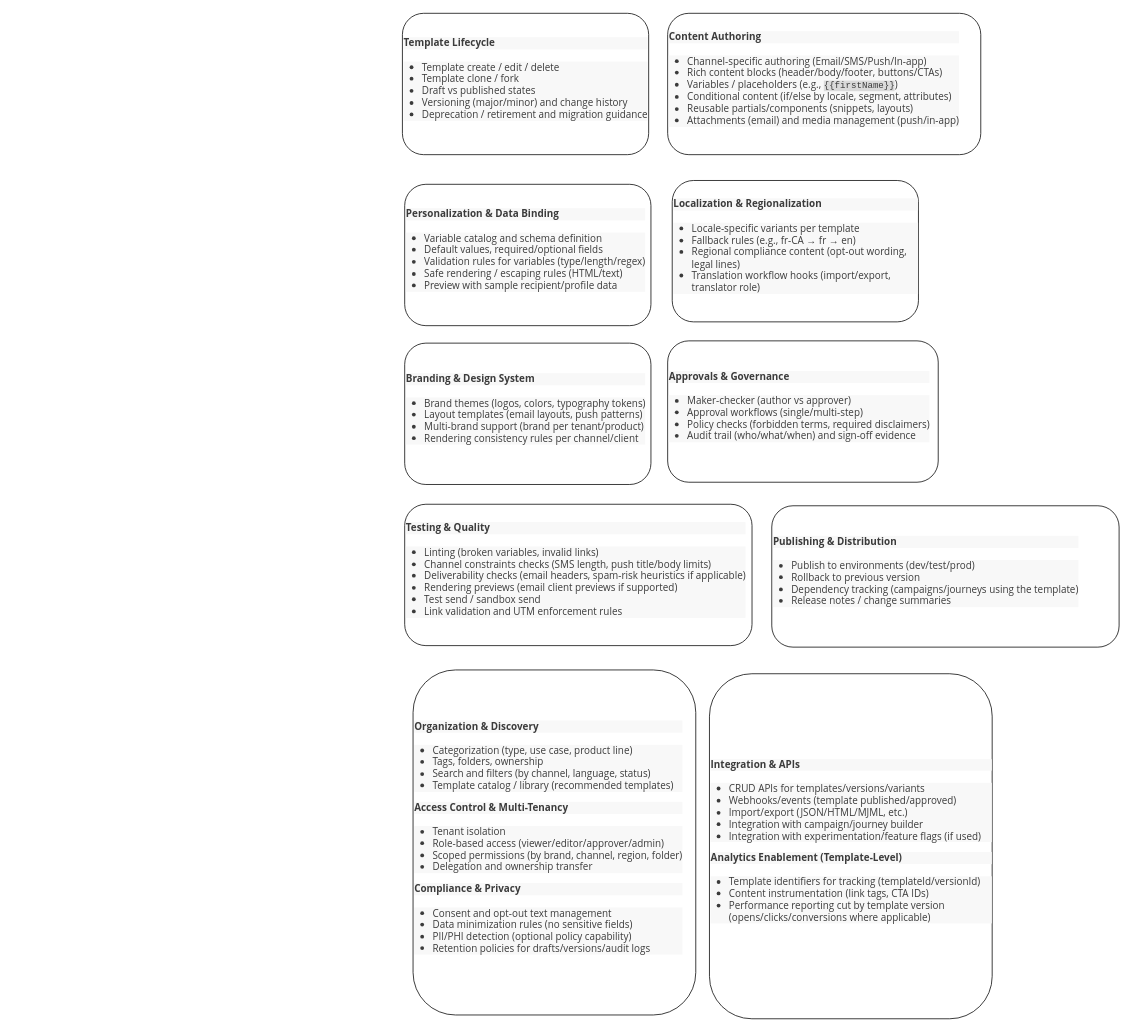
OpenDigital-AI/Messaging-system keeps this draw.io diagram as BizCapability.drawio. Above is the earlier version. Source tidied: cells renumbered, new cells numbered last; positions are measured from the earlier drawing's top-left corner, leaving out a move shared by most shapes. Both pictures are drawn from the tidied source at 76%, with x=0, y=0 at pixel (402, 13).
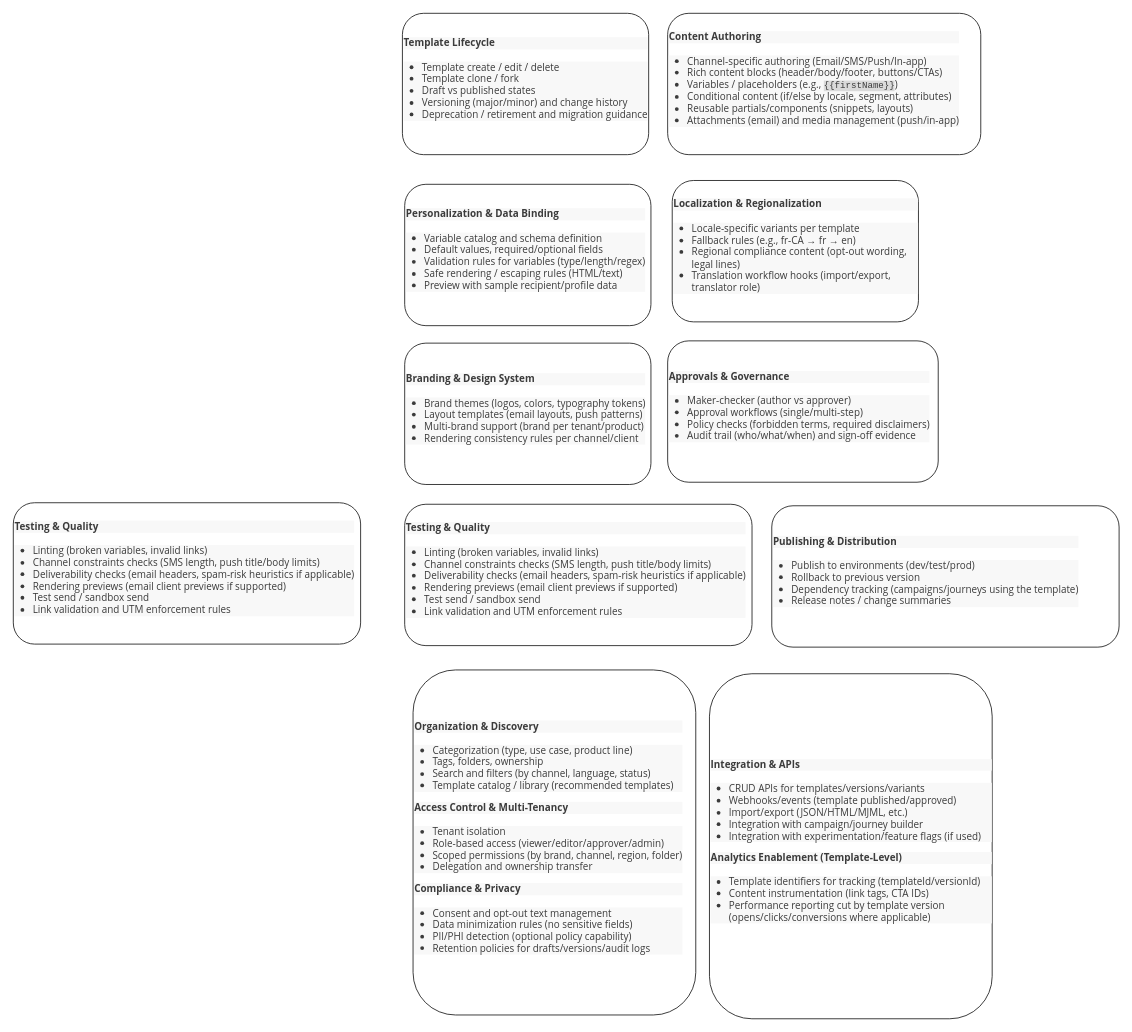
The same diagram, later.

The edit, as a diff of the source:
```diff
@@
 <mxGraphModel>
   <root>
     <mxCell id="0" />
     <mxCell id="1" parent="0" />
     <mxCell id="2" value="&lt;p style=&quot;margin: 0px 0px 16px; color: rgb(59, 59, 59); font-family: &amp;quot;Segoe WPC&amp;quot;, &amp;quot;Segoe UI&amp;quot;, sans-serif; font-size: 13px; background-color: rgb(248, 248, 248);&quot;&gt;&lt;strong&gt;Personalization &amp;amp; Data Binding&lt;/strong&gt;&lt;/p&gt;&lt;ul style=&quot;padding-inline-start: 24px; color: rgb(59, 59, 59); font-family: &amp;quot;Segoe WPC&amp;quot;, &amp;quot;Segoe UI&amp;quot;, sans-serif; font-size: 13px; background-color: rgb(248, 248, 248);&quot;&gt;&lt;li&gt;Variable catalog and schema definition&lt;/li&gt;&lt;li&gt;Default values, required/optional fields&lt;/li&gt;&lt;li&gt;Validation rules for variables (type/length/regex)&lt;/li&gt;&lt;li&gt;Safe rendering / escaping rules (HTML/text)&lt;/li&gt;&lt;li&gt;Preview with sample recipient/profile data&lt;/li&gt;&lt;/ul&gt;" style="rounded=1;whiteSpace=wrap;html=1;align=left;" parent="1" vertex="1">
       <mxGeometry x="3" y="225" width="324" height="186" as="geometry" />
     </mxCell>
     <mxCell id="3" value="&lt;p style=&quot;margin: 0px 0px 16px; color: rgb(59, 59, 59); font-family: &amp;quot;Segoe WPC&amp;quot;, &amp;quot;Segoe UI&amp;quot;, sans-serif; font-size: 13px; background-color: rgb(248, 248, 248);&quot;&gt;&lt;strong&gt;Localization &amp;amp; Regionalization&lt;/strong&gt;&lt;/p&gt;&lt;ul style=&quot;padding-inline-start: 24px; color: rgb(59, 59, 59); font-family: &amp;quot;Segoe WPC&amp;quot;, &amp;quot;Segoe UI&amp;quot;, sans-serif; font-size: 13px; background-color: rgb(248, 248, 248);&quot;&gt;&lt;li&gt;Locale-specific variants per template&lt;/li&gt;&lt;li&gt;Fallback rules (e.g., fr-CA → fr → en)&lt;/li&gt;&lt;li&gt;Regional compliance content (opt-out wording, legal lines)&lt;/li&gt;&lt;li&gt;Translation workflow hooks (import/export, translator role)&lt;/li&gt;&lt;/ul&gt;" style="rounded=1;whiteSpace=wrap;html=1;align=left;" parent="1" vertex="1">
       <mxGeometry x="355" y="220" width="324" height="186" as="geometry" />
     </mxCell>
     <mxCell id="4" value="&lt;p style=&quot;margin: 0px 0px 16px; color: rgb(59, 59, 59); font-family: &amp;quot;Segoe WPC&amp;quot;, &amp;quot;Segoe UI&amp;quot;, sans-serif; font-size: 13px; background-color: rgb(248, 248, 248);&quot;&gt;&lt;strong&gt;Branding &amp;amp; Design System&lt;/strong&gt;&lt;/p&gt;&lt;ul style=&quot;padding-inline-start: 24px; color: rgb(59, 59, 59); font-family: &amp;quot;Segoe WPC&amp;quot;, &amp;quot;Segoe UI&amp;quot;, sans-serif; font-size: 13px; background-color: rgb(248, 248, 248);&quot;&gt;&lt;li&gt;Brand themes (logos, colors, typography tokens)&lt;/li&gt;&lt;li&gt;Layout templates (email layouts, push patterns)&lt;/li&gt;&lt;li&gt;Multi-brand support (brand per tenant/product)&lt;/li&gt;&lt;li&gt;Rendering consistency rules per channel/client&lt;/li&gt;&lt;/ul&gt;" style="rounded=1;whiteSpace=wrap;html=1;align=left;" parent="1" vertex="1">
       <mxGeometry x="3" y="434" width="324" height="186" as="geometry" />
     </mxCell>
     <mxCell id="5" value="&lt;p style=&quot;margin: 0px 0px 16px; color: rgb(59, 59, 59); font-family: &amp;quot;Segoe WPC&amp;quot;, &amp;quot;Segoe UI&amp;quot;, sans-serif; font-size: 13px; background-color: rgb(248, 248, 248);&quot;&gt;&lt;strong&gt;Approvals &amp;amp; Governance&lt;/strong&gt;&lt;/p&gt;&lt;ul style=&quot;padding-inline-start: 24px; color: rgb(59, 59, 59); font-family: &amp;quot;Segoe WPC&amp;quot;, &amp;quot;Segoe UI&amp;quot;, sans-serif; font-size: 13px; background-color: rgb(248, 248, 248);&quot;&gt;&lt;li&gt;Maker-checker (author vs approver)&lt;/li&gt;&lt;li&gt;Approval workflows (single/multi-step)&lt;/li&gt;&lt;li&gt;Policy checks (forbidden terms, required disclaimers)&lt;/li&gt;&lt;li&gt;Audit trail (who/what/when) and sign-off evidence&lt;/li&gt;&lt;/ul&gt;" style="rounded=1;whiteSpace=wrap;html=1;align=left;" parent="1" vertex="1">
       <mxGeometry x="349" y="431" width="356" height="186" as="geometry" />
     </mxCell>
     <mxCell id="6" value="&lt;p style=&quot;margin: 0px 0px 16px; color: rgb(59, 59, 59); font-family: &amp;quot;Segoe WPC&amp;quot;, &amp;quot;Segoe UI&amp;quot;, sans-serif; font-size: 13px; background-color: rgb(248, 248, 248);&quot;&gt;&lt;strong&gt;Testing &amp;amp; Quality&lt;/strong&gt;&lt;/p&gt;&lt;ul style=&quot;padding-inline-start: 24px; color: rgb(59, 59, 59); font-family: &amp;quot;Segoe WPC&amp;quot;, &amp;quot;Segoe UI&amp;quot;, sans-serif; font-size: 13px; background-color: rgb(248, 248, 248);&quot;&gt;&lt;li&gt;Linting (broken variables, invalid links)&lt;/li&gt;&lt;li&gt;Channel constraints checks (SMS length, push title/body limits)&lt;/li&gt;&lt;li&gt;Deliverability checks (email headers, spam-risk heuristics if applicable)&lt;/li&gt;&lt;li&gt;Rendering previews (email client previews if supported)&lt;/li&gt;&lt;li&gt;Test send / sandbox send&lt;/li&gt;&lt;li&gt;Link validation and UTM enforcement rules&lt;/li&gt;&lt;/ul&gt;" style="rounded=1;whiteSpace=wrap;html=1;align=left;" parent="1" vertex="1">
       <mxGeometry x="3" y="646" width="457" height="186" as="geometry" />
     </mxCell>
     <mxCell id="7" value="&lt;p style=&quot;margin: 0px 0px 16px; color: rgb(59, 59, 59); font-family: &amp;quot;Segoe WPC&amp;quot;, &amp;quot;Segoe UI&amp;quot;, sans-serif; font-size: 13px; background-color: rgb(248, 248, 248);&quot;&gt;&lt;strong&gt;Publishing &amp;amp; Distribution&lt;/strong&gt;&lt;/p&gt;&lt;ul style=&quot;padding-inline-start: 24px; color: rgb(59, 59, 59); font-family: &amp;quot;Segoe WPC&amp;quot;, &amp;quot;Segoe UI&amp;quot;, sans-serif; font-size: 13px; background-color: rgb(248, 248, 248);&quot;&gt;&lt;li&gt;Publish to environments (dev/test/prod)&lt;/li&gt;&lt;li&gt;Rollback to previous version&lt;/li&gt;&lt;li&gt;Dependency tracking (campaigns/journeys using the template)&lt;/li&gt;&lt;li&gt;Release notes / change summaries&lt;/li&gt;&lt;/ul&gt;" style="rounded=1;whiteSpace=wrap;html=1;align=left;" parent="1" vertex="1">
       <mxGeometry x="486" y="648" width="457" height="186" as="geometry" />
     </mxCell>
     <mxCell id="8" value="&lt;p style=&quot;margin: 0px 0px 16px; color: rgb(59, 59, 59); font-family: &amp;quot;Segoe WPC&amp;quot;, &amp;quot;Segoe UI&amp;quot;, sans-serif; font-size: 13px; background-color: rgb(248, 248, 248);&quot;&gt;&lt;strong&gt;Organization &amp;amp; Discovery&lt;/strong&gt;&lt;/p&gt;&lt;ul style=&quot;padding-inline-start: 24px; color: rgb(59, 59, 59); font-family: &amp;quot;Segoe WPC&amp;quot;, &amp;quot;Segoe UI&amp;quot;, sans-serif; font-size: 13px; background-color: rgb(248, 248, 248);&quot;&gt;&lt;li&gt;Categorization (type, use case, product line)&lt;/li&gt;&lt;li&gt;Tags, folders, ownership&lt;/li&gt;&lt;li&gt;Search and filters (by channel, language, status)&lt;/li&gt;&lt;li&gt;Template catalog / library (recommended templates)&lt;/li&gt;&lt;/ul&gt;&lt;p style=&quot;margin: 0px 0px 16px; color: rgb(59, 59, 59); font-family: &amp;quot;Segoe WPC&amp;quot;, &amp;quot;Segoe UI&amp;quot;, sans-serif; font-size: 13px; background-color: rgb(248, 248, 248);&quot;&gt;&lt;strong&gt;Access Control &amp;amp; Multi-Tenancy&lt;/strong&gt;&lt;/p&gt;&lt;ul style=&quot;padding-inline-start: 24px; color: rgb(59, 59, 59); font-family: &amp;quot;Segoe WPC&amp;quot;, &amp;quot;Segoe UI&amp;quot;, sans-serif; font-size: 13px; background-color: rgb(248, 248, 248);&quot;&gt;&lt;li&gt;Tenant isolation&lt;/li&gt;&lt;li&gt;Role-based access (viewer/editor/approver/admin)&lt;/li&gt;&lt;li&gt;Scoped permissions (by brand, channel, region, folder)&lt;/li&gt;&lt;li&gt;Delegation and ownership transfer&lt;/li&gt;&lt;/ul&gt;&lt;p style=&quot;margin: 0px 0px 16px; color: rgb(59, 59, 59); font-family: &amp;quot;Segoe WPC&amp;quot;, &amp;quot;Segoe UI&amp;quot;, sans-serif; font-size: 13px; background-color: rgb(248, 248, 248);&quot;&gt;&lt;strong&gt;Compliance &amp;amp; Privacy&lt;/strong&gt;&lt;/p&gt;&lt;ul style=&quot;padding-inline-start: 24px; color: rgb(59, 59, 59); font-family: &amp;quot;Segoe WPC&amp;quot;, &amp;quot;Segoe UI&amp;quot;, sans-serif; font-size: 13px; background-color: rgb(248, 248, 248);&quot;&gt;&lt;li&gt;Consent and opt-out text management&lt;/li&gt;&lt;li&gt;Data minimization rules (no sensitive fields)&lt;/li&gt;&lt;li&gt;PII/PHI detection (optional policy capability)&lt;/li&gt;&lt;li&gt;Retention policies for drafts/versions/audit logs&lt;/li&gt;&lt;/ul&gt;" style="rounded=1;whiteSpace=wrap;html=1;align=left;" parent="1" vertex="1">
       <mxGeometry x="14" y="864" width="372" height="454" as="geometry" />
     </mxCell>
     <mxCell id="9" value="&lt;p style=&quot;margin: 0px 0px 16px; color: rgb(59, 59, 59); font-family: &amp;quot;Segoe WPC&amp;quot;, &amp;quot;Segoe UI&amp;quot;, sans-serif; font-size: 13px; background-color: rgb(248, 248, 248);&quot;&gt;&lt;strong&gt;Integration &amp;amp; APIs&lt;/strong&gt;&lt;/p&gt;&lt;ul style=&quot;padding-inline-start: 24px; color: rgb(59, 59, 59); font-family: &amp;quot;Segoe WPC&amp;quot;, &amp;quot;Segoe UI&amp;quot;, sans-serif; font-size: 13px; background-color: rgb(248, 248, 248);&quot;&gt;&lt;li&gt;CRUD APIs for templates/versions/variants&lt;/li&gt;&lt;li&gt;Webhooks/events (template published/approved)&lt;/li&gt;&lt;li&gt;Import/export (JSON/HTML/MJML, etc.)&lt;/li&gt;&lt;li&gt;Integration with campaign/journey builder&lt;/li&gt;&lt;li&gt;Integration with experimentation/feature flags (if used)&lt;/li&gt;&lt;/ul&gt;&lt;p style=&quot;margin: 0px 0px 16px; color: rgb(59, 59, 59); font-family: &amp;quot;Segoe WPC&amp;quot;, &amp;quot;Segoe UI&amp;quot;, sans-serif; font-size: 13px; background-color: rgb(248, 248, 248);&quot;&gt;&lt;strong&gt;Analytics Enablement (Template-Level)&lt;/strong&gt;&lt;/p&gt;&lt;ul style=&quot;padding-inline-start: 24px; color: rgb(59, 59, 59); font-family: &amp;quot;Segoe WPC&amp;quot;, &amp;quot;Segoe UI&amp;quot;, sans-serif; font-size: 13px; background-color: rgb(248, 248, 248);&quot;&gt;&lt;li&gt;Template identifiers for tracking (templateId/versionId)&lt;/li&gt;&lt;li&gt;Content instrumentation (link tags, CTA IDs)&lt;/li&gt;&lt;li&gt;Performance reporting cut by template version (opens/clicks/conversions where applicable)&lt;/li&gt;&lt;/ul&gt;" style="rounded=1;whiteSpace=wrap;html=1;align=left;" parent="1" vertex="1">
       <mxGeometry x="404" y="869" width="372" height="454" as="geometry" />
     </mxCell>
     <mxCell id="10" value="&lt;p style=&quot;margin: 0px 0px 16px; color: rgb(59, 59, 59); font-family: &amp;quot;Segoe WPC&amp;quot;, &amp;quot;Segoe UI&amp;quot;, sans-serif; font-size: 13px; background-color: rgb(248, 248, 248);&quot;&gt;&lt;strong&gt;Template Lifecycle&lt;/strong&gt;&lt;/p&gt;&lt;ul style=&quot;padding-inline-start: 24px; color: rgb(59, 59, 59); font-family: &amp;quot;Segoe WPC&amp;quot;, &amp;quot;Segoe UI&amp;quot;, sans-serif; font-size: 13px; background-color: rgb(248, 248, 248);&quot;&gt;&lt;li&gt;Template create / edit / delete&lt;/li&gt;&lt;li&gt;Template clone / fork&lt;/li&gt;&lt;li&gt;Draft vs published states&lt;/li&gt;&lt;li&gt;Versioning (major/minor) and change history&lt;/li&gt;&lt;li&gt;Deprecation / retirement and migration guidance&lt;/li&gt;&lt;/ul&gt;" style="rounded=1;whiteSpace=wrap;html=1;align=left;" parent="1" vertex="1">
       <mxGeometry width="324" height="186" as="geometry" />
     </mxCell>
     <mxCell id="11" value="&lt;p style=&quot;margin: 0px 0px 16px; color: rgb(59, 59, 59); font-family: &amp;quot;Segoe WPC&amp;quot;, &amp;quot;Segoe UI&amp;quot;, sans-serif; font-size: 13px; background-color: rgb(248, 248, 248);&quot;&gt;&lt;strong&gt;Content Authoring&lt;/strong&gt;&lt;/p&gt;&lt;ul style=&quot;padding-inline-start: 24px; color: rgb(59, 59, 59); font-family: &amp;quot;Segoe WPC&amp;quot;, &amp;quot;Segoe UI&amp;quot;, sans-serif; font-size: 13px; background-color: rgb(248, 248, 248);&quot;&gt;&lt;li&gt;Channel-specific authoring (Email/SMS/Push/In-app)&lt;/li&gt;&lt;li&gt;Rich content blocks (header/body/footer, buttons/CTAs)&lt;/li&gt;&lt;li&gt;Variables / placeholders (e.g.,&amp;nbsp;&lt;code style=&quot;font-family: Consolas, &amp;quot;Courier New&amp;quot;, monospace; font-size: 11.999px; color: rgb(59, 59, 59); background-color: rgba(0, 0, 0, 0.12); white-space-collapse: preserve;&quot;&gt;{{firstName}}&lt;/code&gt;)&lt;/li&gt;&lt;li&gt;Conditional content (if/else by locale, segment, attributes)&lt;/li&gt;&lt;li&gt;Reusable partials/components (snippets, layouts)&lt;/li&gt;&lt;li&gt;Attachments (email) and media management (push/in-app)&lt;/li&gt;&lt;/ul&gt;" style="rounded=1;whiteSpace=wrap;html=1;align=left;" parent="1" vertex="1">
       <mxGeometry x="349" width="412" height="186" as="geometry" />
     </mxCell>
+    <mxCell id="12" value="&lt;p style=&quot;margin: 0px 0px 16px; color: rgb(59, 59, 59); font-family: &amp;quot;Segoe WPC&amp;quot;, &amp;quot;Segoe UI&amp;quot;, sans-serif; font-size: 13px; background-color: rgb(248, 248, 248);&quot;&gt;&lt;strong&gt;Testing &amp;amp; Quality&lt;/strong&gt;&lt;/p&gt;&lt;ul style=&quot;padding-inline-start: 24px; color: rgb(59, 59, 59); font-family: &amp;quot;Segoe WPC&amp;quot;, &amp;quot;Segoe UI&amp;quot;, sans-serif; font-size: 13px; background-color: rgb(248, 248, 248);&quot;&gt;&lt;li&gt;Linting (broken variables, invalid links)&lt;/li&gt;&lt;li&gt;Channel constraints checks (SMS length, push title/body limits)&lt;/li&gt;&lt;li&gt;Deliverability checks (email headers, spam-risk heuristics if applicable)&lt;/li&gt;&lt;li&gt;Rendering previews (email client previews if supported)&lt;/li&gt;&lt;li&gt;Test send / sandbox send&lt;/li&gt;&lt;li&gt;Link validation and UTM enforcement rules&lt;/li&gt;&lt;/ul&gt;" style="rounded=1;whiteSpace=wrap;html=1;align=left;" parent="1" vertex="1">
+      <mxGeometry x="-512" y="644" width="457" height="186" as="geometry" />
+    </mxCell>
   </root>
 </mxGraphModel>
```
